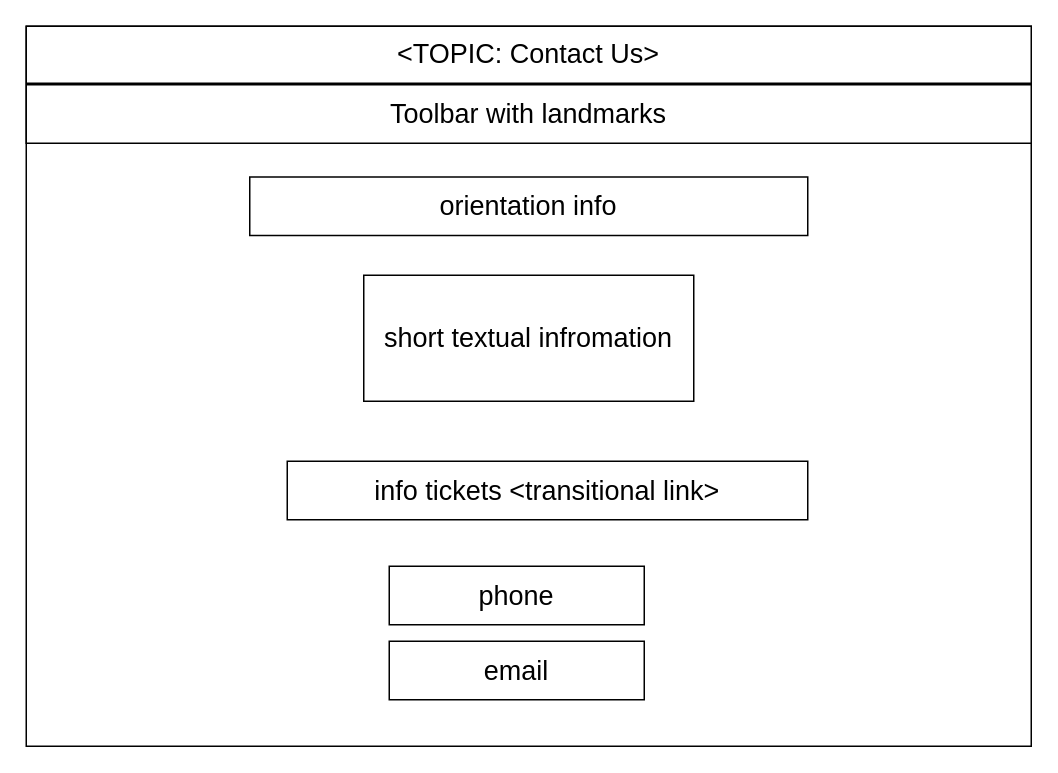
This is other/documentation/frontend/DRAW IO desing/contact us.drawio from LeonardoPanizzo/hypermedia2019, a draw.io file, before an edit. Source tidied: cells renumbered, new cells numbered last; positions are measured from the earlier drawing's top-left corner, leaving out a move shared by most shapes. Both pictures are drawn from the tidied source at 150%, with x=0, y=0 at pixel (26, 26).
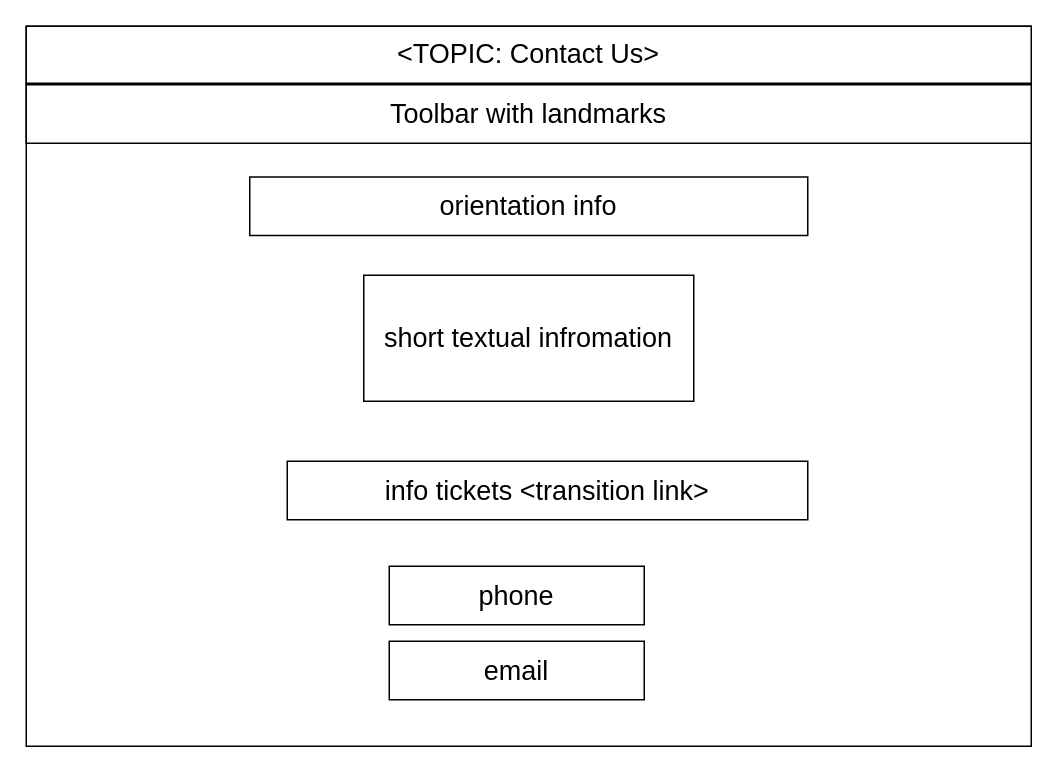
After the change.

What changed in the source:
```diff
@@
 <mxGraphModel>
   <root>
     <mxCell id="0" />
     <mxCell id="1" parent="0" />
     <mxCell id="2" style="rounded=0;whiteSpace=wrap;html=1;" parent="1" vertex="1">
       <mxGeometry width="670" height="480" as="geometry" />
     </mxCell>
     <mxCell id="3" value="&lt;div style=&quot;text-align: left ; font-size: 18px&quot;&gt;&lt;span&gt;&amp;lt;TOPIC: Contact Us&amp;gt;&lt;/span&gt;&lt;br&gt;&lt;/div&gt;" style="rounded=0;whiteSpace=wrap;html=1;fontSize=18;" parent="1" vertex="1">
       <mxGeometry width="670" height="38" as="geometry" />
     </mxCell>
     <mxCell id="4" value="Toolbar with landmarks" style="rounded=0;whiteSpace=wrap;html=1;fontSize=18;" parent="1" vertex="1">
       <mxGeometry y="39" width="670" height="39" as="geometry" />
     </mxCell>
     <mxCell id="5" value="orientation info" style="rounded=0;whiteSpace=wrap;html=1;fontSize=18;" parent="1" vertex="1">
       <mxGeometry x="149" y="100.5" width="372" height="39" as="geometry" />
     </mxCell>
     <mxCell id="6" value="phone" style="rounded=0;whiteSpace=wrap;html=1;fontSize=18;" parent="1" vertex="1">
       <mxGeometry x="242" y="360" width="170" height="39" as="geometry" />
     </mxCell>
     <mxCell id="7" value="email" style="rounded=0;whiteSpace=wrap;html=1;fontSize=18;" parent="1" vertex="1">
       <mxGeometry x="242" y="410" width="170" height="39" as="geometry" />
     </mxCell>
     <mxCell id="8" value="short textual infromation" style="rounded=0;whiteSpace=wrap;html=1;fontSize=18;" parent="1" vertex="1">
       <mxGeometry x="225" y="166" width="220" height="84" as="geometry" />
     </mxCell>
-    <mxCell id="9" value="info tickets &amp;lt;transitional link&amp;gt;" style="rounded=0;whiteSpace=wrap;html=1;fontSize=18;" parent="1" vertex="1">
+    <mxCell id="9" value="info tickets &amp;lt;transition link&amp;gt;" style="rounded=0;whiteSpace=wrap;html=1;fontSize=18;" parent="1" vertex="1">
       <mxGeometry x="174" y="290" width="347" height="39" as="geometry" />
     </mxCell>
   </root>
 </mxGraphModel>
```
